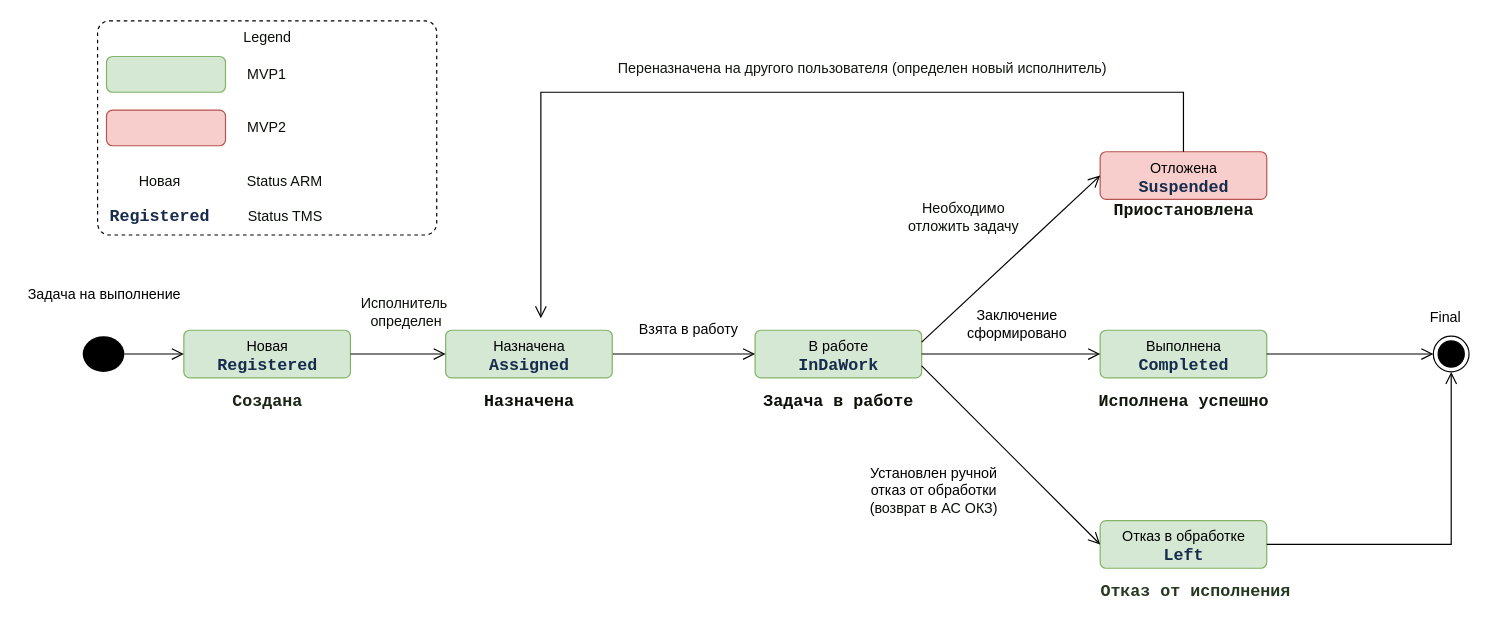
Earlier version of the draw.io diagram Status Model.drawio (marinanefedova/Diagrams). Source tidied: cells renumbered, new cells numbered last; positions are measured from the earlier drawing's top-left corner, leaving out a move shared by most shapes. Both pictures are drawn from the tidied source at 119%, with x=0, y=0 at pixel (19, 20).
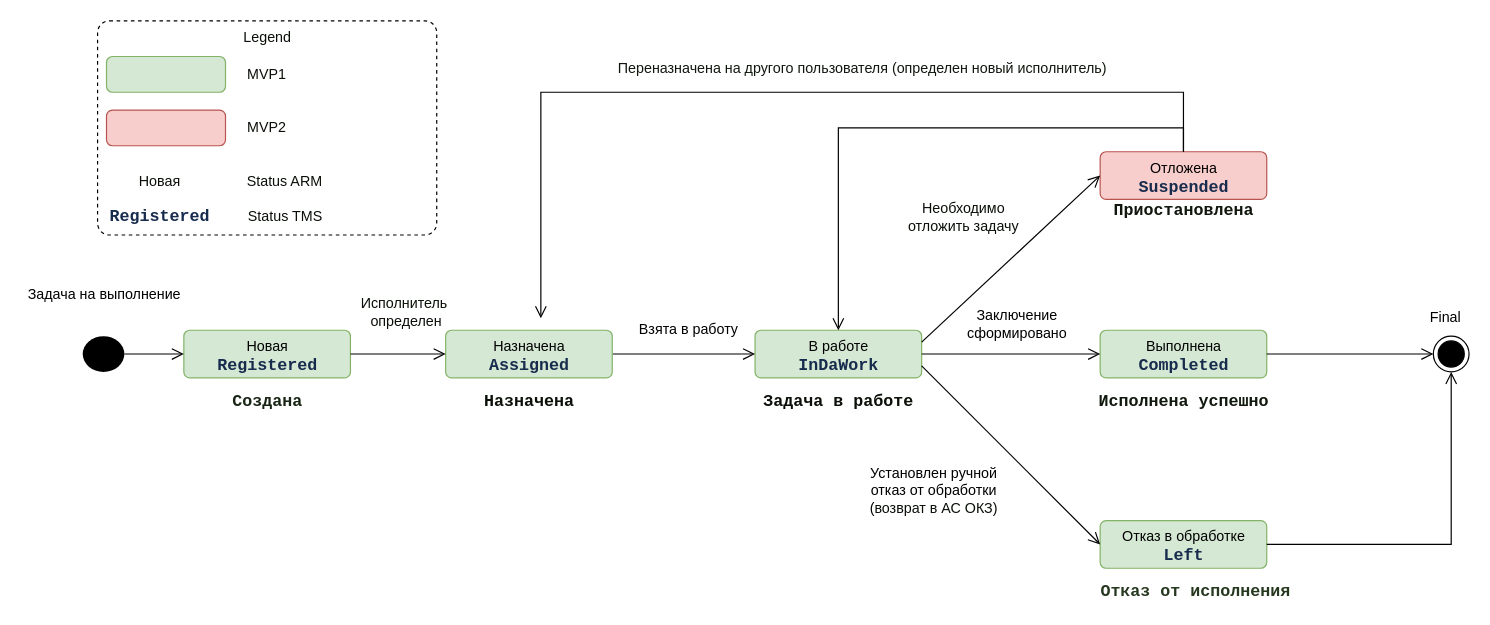
After the change.

Unchanged cells that the change refers to:
```xml
<mxCell id="4" value="В работе" style="html=1;align=center;verticalAlign=top;rounded=1;absoluteArcSize=1;arcSize=10;dashed=0;fillColor=#d5e8d4;strokeColor=#82b366;" parent="1" vertex="1">
  <mxGeometry x="618" y="260" width="140" height="40" as="geometry" />
</mxCell>
<mxCell id="19" value="Отложена" style="html=1;align=center;verticalAlign=top;rounded=1;absoluteArcSize=1;arcSize=10;dashed=0;fillColor=#f8cecc;strokeColor=#b85450;" parent="1" vertex="1">
  <mxGeometry x="908" y="110" width="140" height="40" as="geometry" />
</mxCell>
```

What changed in the source:
```diff
@@
+    <mxCell id="48" style="endArrow=open;startArrow=none;endFill=0;startFill=0;endSize=8;html=1;verticalAlign=bottom;labelBackgroundColor=none;strokeWidth=1;rounded=0;exitX=0.5;exitY=0;exitDx=0;exitDy=0;entryX=0.5;entryY=0;entryDx=0;entryDy=0;" parent="1" edge="1" source="19" target="4">
+      <mxGeometry relative="1" as="geometry">
+        <Array as="points">
+          <mxPoint x="978" y="90" />
+          <mxPoint x="688" y="90" />
+        </Array>
+      </mxGeometry>
+    </mxCell>
```
